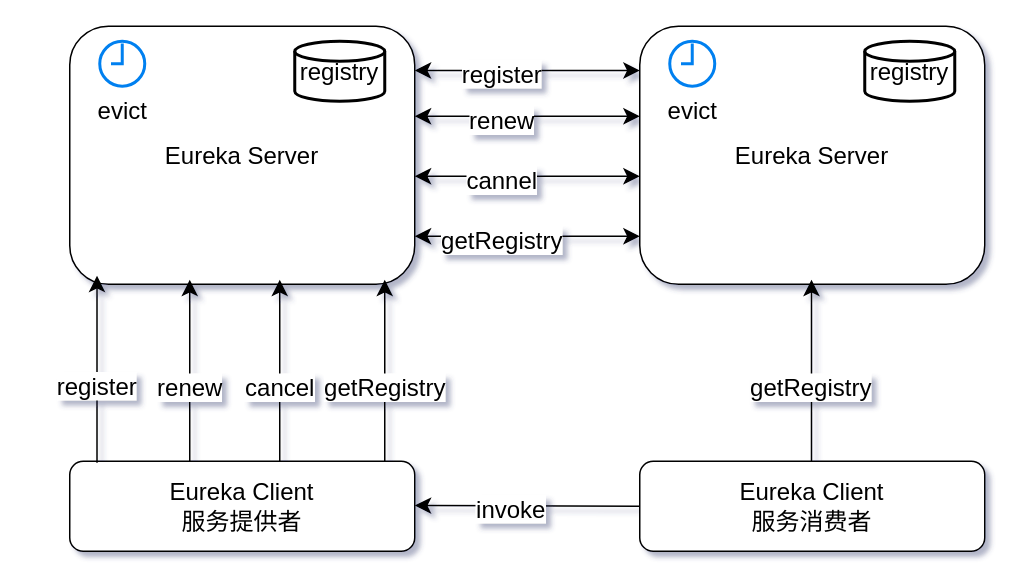
Earlier version of the draw.io diagram Service/eureka/Eureka.drawio (Xianzhan/amind). Source tidied: cells renumbered, new cells numbered last; positions are measured from the earlier drawing's top-left corner, leaving out a move shared by most shapes. Both pictures are drawn from the tidied source at 150%, with x=0, y=0 at pixel (69, 26).
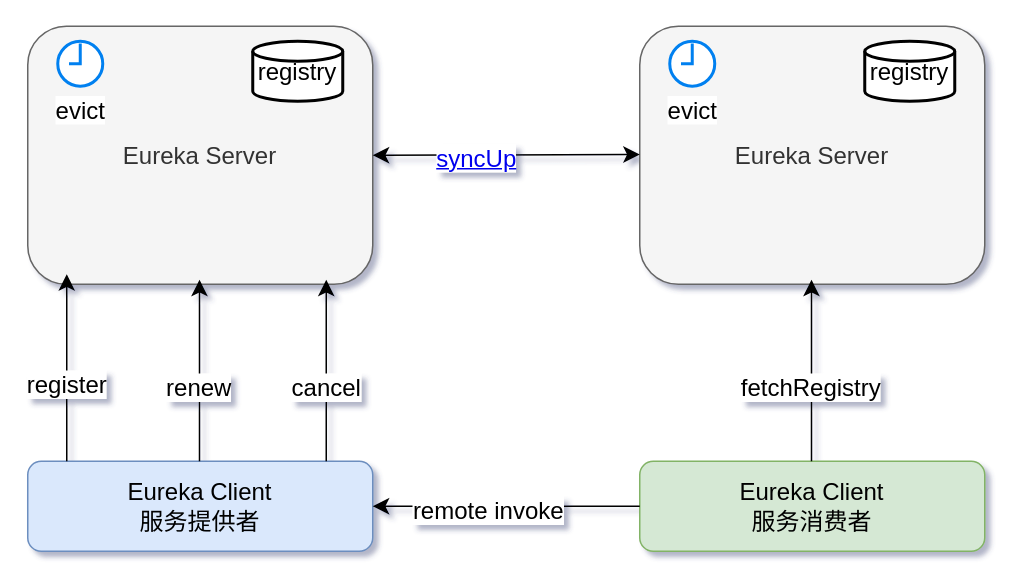
The same page after the edit.

Unchanged cells that the change refers to:
```xml
<mxCell id="16" style="endArrow=classic;html=1;rounded=0;fontSize=12;startSize=8;endSize=8;curved=1;exitX=0.079;exitY=0.017;exitDx=0;exitDy=0;exitPerimeter=0;entryX=0.079;entryY=0.967;entryDx=0;entryDy=0;entryPerimeter=0;" parent="1" edge="1">
  <mxGeometry relative="1" as="geometry">
    <mxPoint x="494.5" y="290" as="sourcePoint" />
    <mxPoint x="494.5" y="169" as="targetPoint" />
  </mxGeometry>
</mxCell>
```

Diff of the diagram source:
```diff
@@
-    <mxCell id="2" value="Eureka Server" style="rounded=1;whiteSpace=wrap;html=1;fontSize=16;" parent="1" vertex="1">
-      <mxGeometry width="230" height="172" as="geometry" />
+    <mxCell id="2" value="Eureka Server" style="rounded=1;whiteSpace=wrap;html=1;fontSize=16;fillColor=#f5f5f5;fontColor=#333333;strokeColor=#666666;" parent="1" vertex="1">
+      <mxGeometry x="-28" width="230" height="172" as="geometry" />
     </mxCell>
-    <mxCell id="3" value="Eureka Server" style="rounded=1;whiteSpace=wrap;html=1;fontSize=16;" parent="1" vertex="1">
+    <mxCell id="3" value="Eureka Server" style="rounded=1;whiteSpace=wrap;html=1;fontSize=16;fillColor=#f5f5f5;fontColor=#333333;strokeColor=#666666;" parent="1" vertex="1">
       <mxGeometry x="380" width="230" height="172" as="geometry" />
     </mxCell>
-    <mxCell id="4" value="Eureka Client&lt;br&gt;服务提供者" style="rounded=1;whiteSpace=wrap;html=1;fontSize=16;" parent="1" vertex="1">
-      <mxGeometry y="290" width="230" height="60" as="geometry" />
+    <mxCell id="4" value="Eureka Client&lt;br&gt;服务提供者" style="rounded=1;whiteSpace=wrap;html=1;fontSize=16;fillColor=#dae8fc;strokeColor=#6c8ebf;" parent="1" vertex="1">
+      <mxGeometry x="-28" y="290" width="230" height="60" as="geometry" />
     </mxCell>
-    <mxCell id="5" value="Eureka Client&lt;br&gt;服务消费者" style="rounded=1;whiteSpace=wrap;html=1;fontSize=16;" parent="1" vertex="1">
+    <mxCell id="5" value="Eureka Client&lt;br&gt;服务消费者" style="rounded=1;whiteSpace=wrap;html=1;fontSize=16;fillColor=#d5e8d4;strokeColor=#82b366;" parent="1" vertex="1">
       <mxGeometry x="380" y="290" width="230" height="60" as="geometry" />
     </mxCell>
-    <mxCell id="6" style="endArrow=classic;html=1;rounded=0;fontSize=12;startSize=8;endSize=8;curved=1;exitX=0.079;exitY=0.017;exitDx=0;exitDy=0;exitPerimeter=0;entryX=0.079;entryY=0.967;entryDx=0;entryDy=0;entryPerimeter=0;" parent="1" edge="1" source="4" target="2">
-      <mxGeometry relative="1" as="geometry" />
+    <mxCell id="6" style="endArrow=classic;html=1;rounded=0;fontSize=12;startSize=8;endSize=8;curved=1;exitX=0.079;exitY=0.017;exitDx=0;exitDy=0;exitPerimeter=0;entryX=0.079;entryY=0.967;entryDx=0;entryDy=0;entryPerimeter=0;" parent="1" edge="1">
+      <mxGeometry relative="1" as="geometry">
+        <mxPoint x="-2" y="290" as="sourcePoint" />
+        <mxPoint x="-2" y="165.3" as="targetPoint" />
+      </mxGeometry>
     </mxCell>
@@
     <mxCell id="8" style="endArrow=classic;html=1;rounded=0;fontSize=12;startSize=8;endSize=8;curved=1;exitX=0.079;exitY=0.017;exitDx=0;exitDy=0;exitPerimeter=0;entryX=0.079;entryY=0.967;entryDx=0;entryDy=0;entryPerimeter=0;" parent="1" edge="1">
       <mxGeometry relative="1" as="geometry">
-        <mxPoint x="80" y="290" as="sourcePoint" />
-        <mxPoint x="80" y="169" as="targetPoint" />
+        <mxPoint x="86.5" y="290" as="sourcePoint" />
+        <mxPoint x="86.5" y="169" as="targetPoint" />
       </mxGeometry>
     </mxCell>
@@
     <mxCell id="10" style="endArrow=classic;html=1;rounded=0;fontSize=12;startSize=8;endSize=8;curved=1;exitX=0.079;exitY=0.017;exitDx=0;exitDy=0;exitPerimeter=0;entryX=0.079;entryY=0.967;entryDx=0;entryDy=0;entryPerimeter=0;" parent="1" edge="1">
       <mxGeometry relative="1" as="geometry">
-        <mxPoint x="140" y="290" as="sourcePoint" />
-        <mxPoint x="140" y="169" as="targetPoint" />
+        <mxPoint x="171" y="290" as="sourcePoint" />
+        <mxPoint x="171" y="169" as="targetPoint" />
       </mxGeometry>
     </mxCell>
@@
-    <mxCell id="12" style="endArrow=classic;html=1;rounded=0;fontSize=12;startSize=8;endSize=8;curved=1;exitX=0.079;exitY=0.017;exitDx=0;exitDy=0;exitPerimeter=0;entryX=0.079;entryY=0.967;entryDx=0;entryDy=0;entryPerimeter=0;" parent="1" edge="1">
-      <mxGeometry relative="1" as="geometry">
-        <mxPoint x="210" y="290" as="sourcePoint" />
-        <mxPoint x="210" y="169" as="targetPoint" />
-      </mxGeometry>
-    </mxCell>
-    <mxCell id="13" value="getRegistry" style="edgeLabel;html=1;align=center;verticalAlign=middle;fontSize=16;" parent="12" vertex="1">
-      <mxGeometry x="-0.17" y="1" relative="1" as="geometry" />
-    </mxCell>
     <mxCell id="14" value="evict" style="html=1;verticalLabelPosition=bottom;align=center;labelBackgroundColor=#ffffff;verticalAlign=top;strokeWidth=2;strokeColor=#0080F0;shadow=0;dashed=0;shape=mxgraph.ios7.icons.clock;fontSize=16;" parent="1" vertex="1">
-      <mxGeometry x="20" y="10" width="30" height="30" as="geometry" />
+      <mxGeometry x="-8" y="10" width="30" height="30" as="geometry" />
     </mxCell>
     <mxCell id="15" value="registry" style="strokeWidth=2;html=1;shape=mxgraph.flowchart.database;whiteSpace=wrap;fontSize=16;" parent="1" vertex="1">
-      <mxGeometry x="150" y="10" width="60" height="40" as="geometry" />
+      <mxGeometry x="122" y="10" width="60" height="40" as="geometry" />
     </mxCell>
@@
-    <mxCell id="17" value="getRegistry" style="edgeLabel;html=1;align=center;verticalAlign=middle;fontSize=16;" parent="16" vertex="1">
+    <mxCell id="17" value="fetchRegistry" style="edgeLabel;html=1;align=center;verticalAlign=middle;fontSize=16;" parent="16" vertex="1">
       <mxGeometry x="-0.17" y="1" relative="1" as="geometry" />
     </mxCell>
-    <mxCell id="18" style="edgeStyle=none;jettySize=auto;html=1;rounded=0;fontSize=12;startSize=8;endSize=8;curved=1;exitX=0;exitY=0.5;exitDx=0;exitDy=0;" parent="1" edge="1" source="5">
-      <mxGeometry relative="1" as="geometry">
-        <mxPoint x="230" y="319.5" as="targetPoint" />
-      </mxGeometry>
+    <mxCell id="18" style="edgeStyle=none;jettySize=auto;html=1;rounded=0;fontSize=12;startSize=8;endSize=8;curved=1;exitX=0;exitY=0.5;exitDx=0;exitDy=0;entryX=1;entryY=0.5;entryDx=0;entryDy=0;" parent="1" edge="1" source="5" target="4">
+      <mxGeometry relative="1" as="geometry" />
     </mxCell>
-    <mxCell id="19" value="invoke" style="edgeLabel;html=1;align=center;verticalAlign=middle;fontSize=16;" parent="18" vertex="1">
+    <mxCell id="19" value="remote invoke" style="edgeLabel;html=1;align=center;verticalAlign=middle;fontSize=16;" parent="18" vertex="1">
       <mxGeometry x="0.15" y="2" relative="1" as="geometry" />
     </mxCell>
-    <mxCell id="20" style="endArrow=classic;startArrow=classic;html=1;rounded=0;fontSize=12;startSize=8;endSize=8;curved=1;" parent="1" edge="1">
-      <mxGeometry relative="1" as="geometry">
-        <mxPoint x="230" y="29.5" as="sourcePoint" />
-        <mxPoint x="380" y="29.5" as="targetPoint" />
-      </mxGeometry>
-    </mxCell>
-    <mxCell id="21" value="register" style="edgeLabel;html=1;align=center;verticalAlign=middle;fontSize=16;" parent="20" vertex="1">
-      <mxGeometry x="-0.24" y="-1" relative="1" as="geometry">
-        <mxPoint y="1" as="offset" />
-      </mxGeometry>
-    </mxCell>
-    <mxCell id="22" style="endArrow=classic;startArrow=classic;html=1;rounded=0;fontSize=12;startSize=8;endSize=8;curved=1;" parent="1" edge="1">
-      <mxGeometry relative="1" as="geometry">
-        <mxPoint x="230" y="60" as="sourcePoint" />
-        <mxPoint x="380" y="60" as="targetPoint" />
-      </mxGeometry>
-    </mxCell>
-    <mxCell id="23" value="renew" style="edgeLabel;html=1;align=center;verticalAlign=middle;fontSize=16;" parent="22" vertex="1">
-      <mxGeometry x="-0.24" y="-1" relative="1" as="geometry">
-        <mxPoint y="1" as="offset" />
-      </mxGeometry>
-    </mxCell>
-    <mxCell id="24" style="endArrow=classic;startArrow=classic;html=1;rounded=0;fontSize=12;startSize=8;endSize=8;curved=1;" parent="1" edge="1">
+    <mxCell id="24" style="endArrow=classic;startArrow=classic;html=1;rounded=0;fontSize=12;startSize=8;endSize=8;curved=1;exitX=1;exitY=0.5;exitDx=0;exitDy=0;" parent="1" edge="1" source="2">
       <mxGeometry relative="1" as="geometry">
-        <mxPoint x="230" y="100" as="sourcePoint" />
-        <mxPoint x="380" y="100" as="targetPoint" />
+        <mxPoint x="380" y="85.5" as="targetPoint" />
       </mxGeometry>
     </mxCell>
-    <mxCell id="25" value="cannel" style="edgeLabel;html=1;align=center;verticalAlign=middle;fontSize=16;" parent="24" vertex="1">
+    <mxCell id="25" value="&lt;a href=&quot;https://github.com/Xianzhan/eureka/blob/master/eureka-core/src/main/java/com/netflix/eureka/registry/PeerAwareInstanceRegistryImpl.java#L209&quot;&gt;syncUp&lt;/a&gt;" style="edgeLabel;html=1;align=center;verticalAlign=middle;fontSize=16;" parent="24" vertex="1">
       <mxGeometry x="-0.24" y="-1" relative="1" as="geometry">
         <mxPoint y="1" as="offset" />
       </mxGeometry>
     </mxCell>
-    <mxCell id="26" style="endArrow=classic;startArrow=classic;html=1;rounded=0;fontSize=12;startSize=8;endSize=8;curved=1;" parent="1" edge="1">
-      <mxGeometry relative="1" as="geometry">
-        <mxPoint x="230" y="140" as="sourcePoint" />
-        <mxPoint x="380" y="140" as="targetPoint" />
-      </mxGeometry>
-    </mxCell>
-    <mxCell id="27" value="getRegistry" style="edgeLabel;html=1;align=center;verticalAlign=middle;fontSize=16;" parent="26" vertex="1">
-      <mxGeometry x="-0.24" y="-1" relative="1" as="geometry">
-        <mxPoint y="1" as="offset" />
-      </mxGeometry>
-    </mxCell>
```
